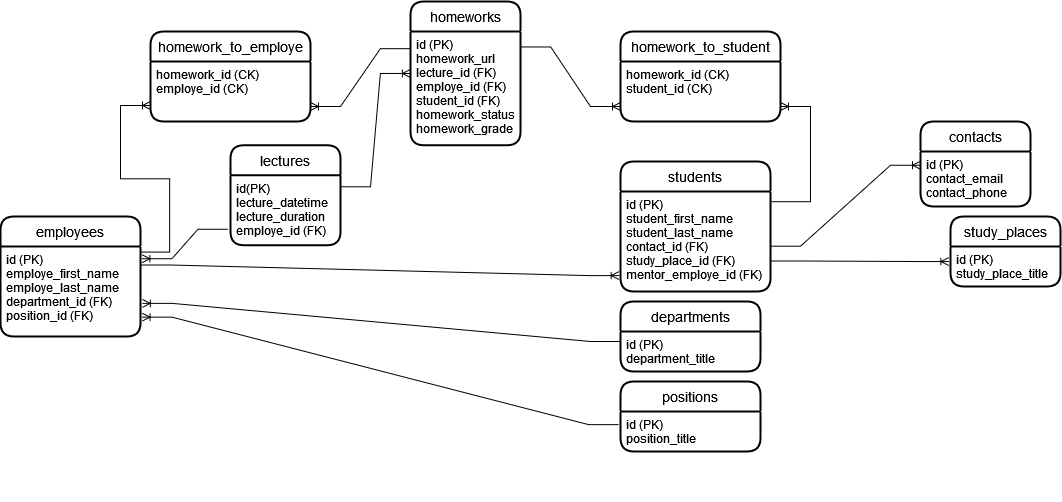
Above: part2/KolesaDB.drawio.png in Kolesa-Education/kolesa-upgrade-homework-4 (draw.io), before the change. Source tidied: cells renumbered, new cells last; positions are measured from the earlier drawing's top-left corner, leaving out a move shared by most shapes.
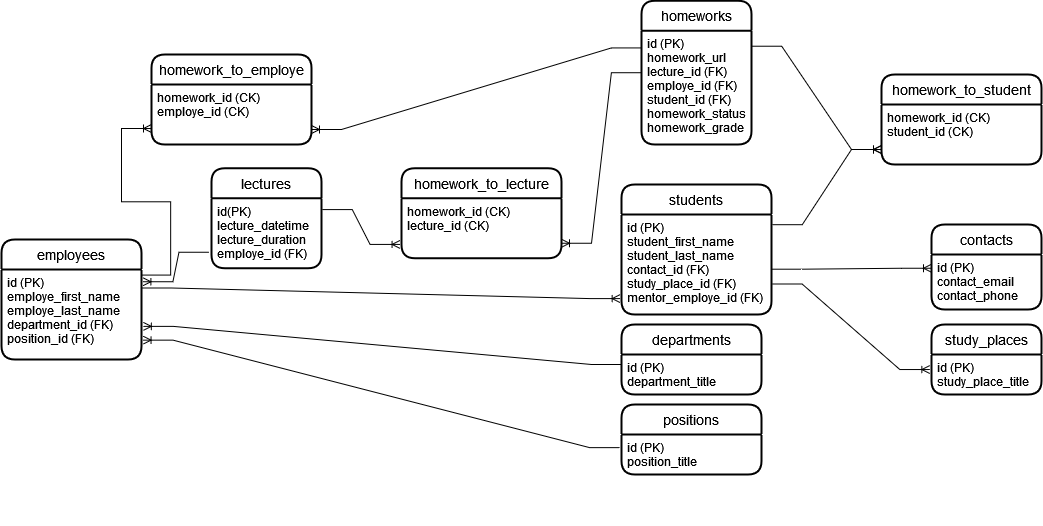
The same diagram one commit later.

Commit message:
выполняю задание 4.2

The edit, as a diff of the source:
```diff
@@ -3,7 +3,7 @@
     <mxCell id="0" />
     <mxCell id="1" parent="0" />
     <mxCell id="2" value="lectures" style="swimlane;horizontal=1;startSize=30;rounded=1;fontSize=14;fontStyle=0;strokeWidth=2;shadow=0;dashed=0;align=center;" parent="1" vertex="1">
-      <mxGeometry x="230" y="143.8" width="110" height="100" as="geometry" />
+      <mxGeometry x="210" y="143.8" width="110" height="100" as="geometry" />
     </mxCell>
     <mxCell id="3" value="id(PK)&#10;lecture_datetime&#10;lecture_duration&#10;employe_id (FK)&#10;&#10;&#10;&#10;&#10;&#10;" style="align=left;strokeColor=none;fillColor=none;spacingLeft=4;fontSize=12;verticalAlign=top;" parent="2" vertex="1">
       <mxGeometry y="30" width="110" height="90" as="geometry" />
@@ -45,19 +45,19 @@
       <mxGeometry y="120" width="140" height="-50" as="geometry" />
     </mxCell>
     <mxCell id="16" value="contacts" style="swimlane;horizontal=1;startSize=30;rounded=1;fontSize=14;fontStyle=0;strokeWidth=2;shadow=0;dashed=0;align=center;" parent="1" vertex="1">
-      <mxGeometry x="920" y="120" width="110" height="85" as="geometry" />
+      <mxGeometry x="930" y="200" width="110" height="85" as="geometry" />
     </mxCell>
     <mxCell id="17" value="id (PK)&#10;contact_email&#10;contact_phone&#10;&#10;&#10;&#10;&#10;" style="align=left;strokeColor=none;fillColor=none;spacingLeft=4;fontSize=12;verticalAlign=top;" parent="16" vertex="1">
       <mxGeometry y="30" width="110" height="55" as="geometry" />
     </mxCell>
     <mxCell id="18" value="study_places" style="swimlane;horizontal=1;startSize=30;rounded=1;fontSize=14;fontStyle=0;strokeWidth=2;shadow=0;dashed=0;align=center;" parent="1" vertex="1">
-      <mxGeometry x="950" y="215" width="110" height="70" as="geometry" />
+      <mxGeometry x="930" y="300" width="110" height="70" as="geometry" />
     </mxCell>
     <mxCell id="19" value="id (PK)&#10;study_place_title&#10;&#10;&#10;&#10;&#10;&#10;" style="align=left;strokeColor=none;fillColor=none;spacingLeft=4;fontSize=12;verticalAlign=top;" parent="18" vertex="1">
       <mxGeometry y="30" width="110" height="40" as="geometry" />
     </mxCell>
     <mxCell id="20" value="homeworks" style="swimlane;horizontal=1;startSize=30;rounded=1;fontSize=14;fontStyle=0;strokeWidth=2;shadow=0;dashed=0;align=center;" parent="1" vertex="1">
-      <mxGeometry x="410" width="110" height="143.8" as="geometry" />
+      <mxGeometry x="640" y="-23.8" width="110" height="143.8" as="geometry" />
     </mxCell>
     <mxCell id="21" value="id (PK)&#10;homework_url&#10;lecture_id (FK)&#10;employe_id (FK)&#10;student_id (FK)&#10;homework_status&#10;homework_grade&#10;&#10;" style="align=left;strokeColor=none;fillColor=none;spacingLeft=4;fontSize=12;verticalAlign=top;" parent="20" vertex="1">
       <mxGeometry y="30" width="110" height="113.8" as="geometry" />
@@ -92,7 +92,7 @@
       <mxGeometry relative="1" as="geometry" />
     </mxCell>
     <mxCell id="31" value="homework_to_student" style="swimlane;horizontal=1;startSize=30;rounded=1;fontSize=14;fontStyle=0;strokeWidth=2;shadow=0;dashed=0;align=center;" parent="1" vertex="1">
-      <mxGeometry x="620" y="30" width="160" height="90" as="geometry" />
+      <mxGeometry x="880" y="50" width="160" height="90" as="geometry" />
     </mxCell>
     <mxCell id="32" value="homework_id (CK) &#10;student_id (CK)" style="align=left;strokeColor=none;fillColor=none;spacingLeft=4;fontSize=12;verticalAlign=top;" parent="31" vertex="1">
       <mxGeometry y="30" width="160" height="90" as="geometry" />
@@ -114,7 +114,19 @@
         <mxPoint x="140" y="263.5" as="sourcePoint" />
       </mxGeometry>
     </mxCell>
+    <mxCell id="39" value="homework_to_lecture" style="swimlane;horizontal=1;startSize=30;rounded=1;fontSize=14;fontStyle=0;strokeWidth=2;shadow=0;dashed=0;align=center;" parent="1" vertex="1">
+      <mxGeometry x="400" y="143.8" width="160" height="90" as="geometry" />
+    </mxCell>
+    <mxCell id="40" value="homework_id (CK) &#10;lecture_id (CK)&#10;" style="align=left;strokeColor=none;fillColor=none;spacingLeft=4;fontSize=12;verticalAlign=top;" parent="39" vertex="1">
+      <mxGeometry y="30" width="160" height="90" as="geometry" />
+    </mxCell>
+    <mxCell id="41" value="&#10;" style="align=left;strokeColor=none;fillColor=none;spacingLeft=4;fontSize=12;verticalAlign=top;" parent="39" vertex="1">
+      <mxGeometry y="120" width="160" height="-30" as="geometry" />
+    </mxCell>
+    <mxCell id="42" style="edgeStyle=entityRelationEdgeStyle;fontSize=12;html=1;endArrow=ERoneToMany;rounded=0;exitX=1.007;exitY=0.126;exitDx=0;exitDy=0;exitPerimeter=0;entryX=-0.009;entryY=0.513;entryDx=0;entryDy=0;entryPerimeter=0;" parent="1" edge="1" source="3" target="40">
+      <mxGeometry relative="1" as="geometry" />
+    </mxCell>
-    <mxCell id="38" style="edgeStyle=entityRelationEdgeStyle;fontSize=12;html=1;endArrow=ERoneToMany;rounded=0;entryX=-0.001;entryY=0.369;entryDx=0;entryDy=0;entryPerimeter=0;exitX=1;exitY=0.128;exitDx=0;exitDy=0;exitPerimeter=0;" parent="1" edge="1" source="3" target="21">
+    <mxCell id="38" style="edgeStyle=entityRelationEdgeStyle;fontSize=12;html=1;endArrow=ERoneToMany;rounded=0;entryX=1;entryY=0.5;entryDx=0;entryDy=0;exitX=-0.001;exitY=0.369;exitDx=0;exitDy=0;exitPerimeter=0;" parent="1" edge="1" source="21" target="40">
       <mxGeometry relative="1" as="geometry" />
     </mxCell>
   </root>
```
